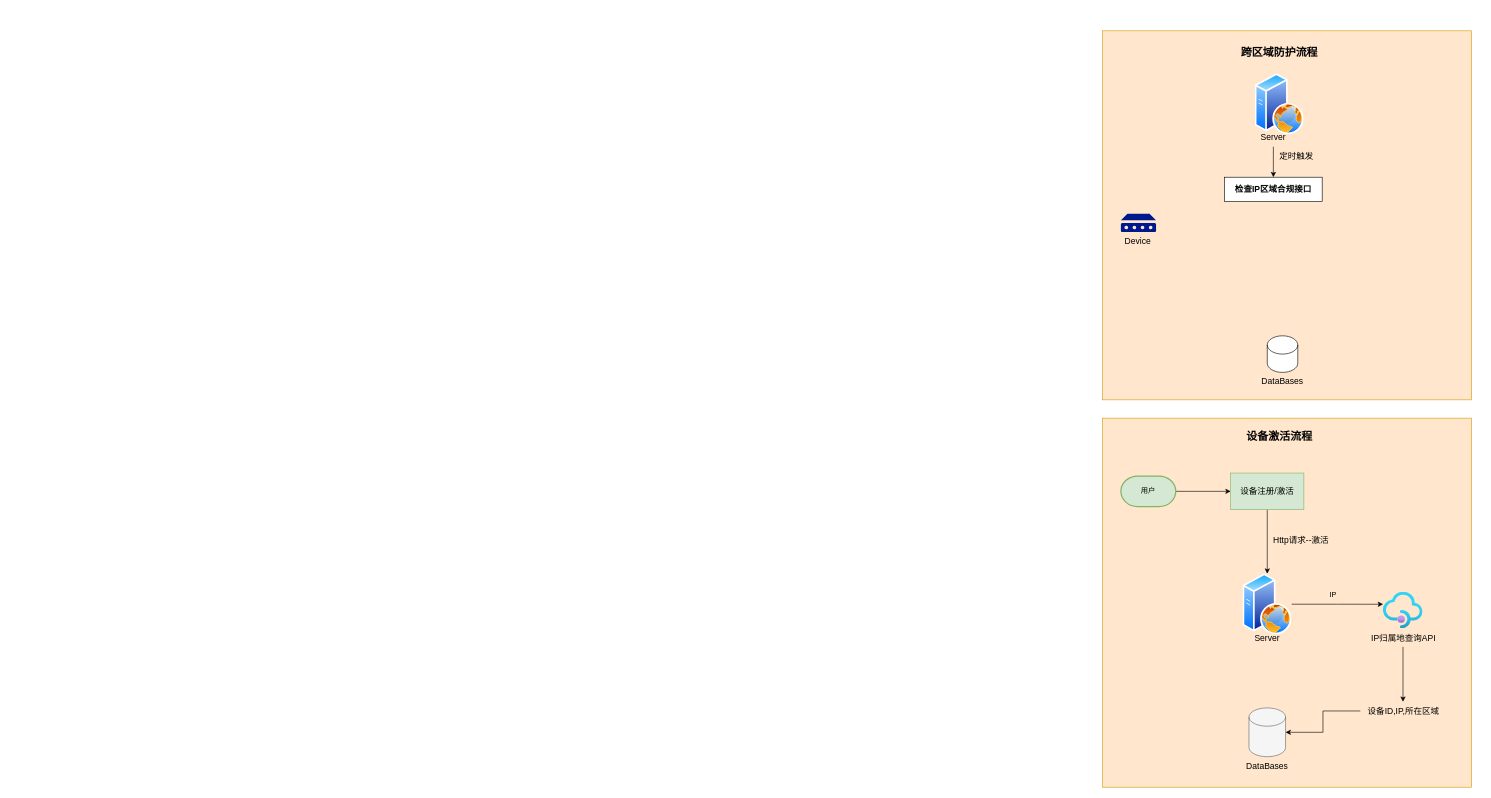
Earlier version of the draw.io diagram 设备跨区域防护流程.drawio (nikiok/honglou-datasets). Source tidied: cells renumbered, new cells numbered last; positions are measured from the earlier drawing's top-left corner, leaving out a move shared by most shapes. Both pictures are drawn from the tidied source at 61%, with x=0, y=0 at pixel (1102, 30).
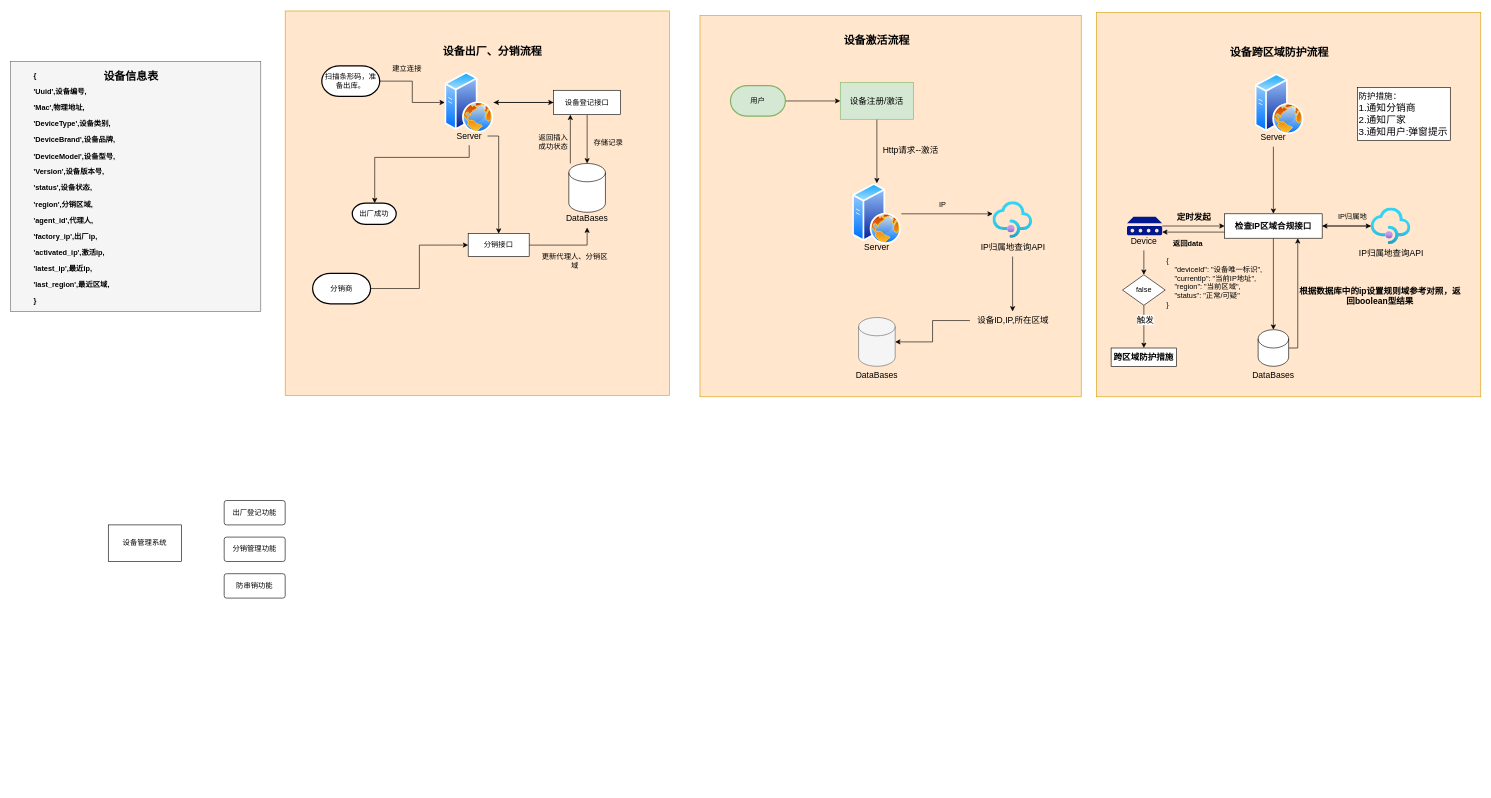
The same page after the edit.

Commit message:
更新设备跨区域防护流程.drawio

Change to the diagram source:
```diff
@@
+    <mxCell id="31" style="whiteSpace=wrap;html=1;fillColor=#f5f5f5;fontColor=#333333;strokeColor=#666666;" parent="1" vertex="1">
+      <mxGeometry x="-1790" y="50" width="410" height="410" as="geometry" />
+    </mxCell>
     <mxCell id="2" style="whiteSpace=wrap;html=1;fillColor=#ffe6cc;strokeColor=#d79b00;" parent="1" vertex="1">
-      <mxGeometry y="635" width="605" height="605" as="geometry" />
+      <mxGeometry x="-660" y="-25" width="625" height="625" as="geometry" />
     </mxCell>
@@
     <mxCell id="4" value="&lt;font style=&quot;font-size: 14px;&quot;&gt;设备注册/激活&lt;/font&gt;" style="rounded=0;whiteSpace=wrap;html=1;fillColor=#d5e8d4;strokeColor=#82b366;" parent="1" vertex="1">
-      <mxGeometry x="210" y="725" width="120" height="60" as="geometry" />
+      <mxGeometry x="-430" y="85" width="120" height="60" as="geometry" />
     </mxCell>
@@
     <mxCell id="6" value="用户" style="strokeWidth=2;html=1;shape=mxgraph.flowchart.terminator;whiteSpace=wrap;fillColor=#d5e8d4;strokeColor=#82b366;" parent="1" vertex="1">
-      <mxGeometry x="30" y="730" width="90" height="50" as="geometry" />
+      <mxGeometry x="-610" y="90" width="90" height="50" as="geometry" />
     </mxCell>
     <mxCell id="7" style="image;perimeter=ellipsePerimeter;html=1;align=center;shadow=0;dashed=0;spacingTop=3;image=img/lib/active_directory/web_server.svg;" parent="1" vertex="1">
-      <mxGeometry x="230" y="890" width="80" height="100" as="geometry" />
+      <mxGeometry x="-410" y="250" width="80" height="100" as="geometry" />
     </mxCell>
     <mxCell id="8" value="&lt;font style=&quot;font-size: 14px;&quot;&gt;Server&lt;/font&gt;" style="text;html=1;align=center;verticalAlign=middle;whiteSpace=wrap;rounded=0;" parent="1" vertex="1">
-      <mxGeometry x="240" y="980" width="60" height="30" as="geometry" />
+      <mxGeometry x="-400" y="340" width="60" height="30" as="geometry" />
     </mxCell>
     <mxCell id="9" value="&lt;font style=&quot;font-size: 14px;&quot;&gt;Http请求--激活&lt;/font&gt;" style="text;html=1;align=center;verticalAlign=middle;strokeColor=none;fillColor=none;" parent="1" vertex="1">
-      <mxGeometry x="270" y="820" width="110" height="30" as="geometry" />
+      <mxGeometry x="-370" y="180" width="110" height="30" as="geometry" />
     </mxCell>
     <mxCell id="10" style="shape=cylinder3;whiteSpace=wrap;html=1;boundedLbl=1;backgroundOutline=1;size=15;fillColor=#f5f5f5;fontColor=#333333;strokeColor=#666666;" parent="1" vertex="1">
-      <mxGeometry x="240" y="1110" width="60" height="80" as="geometry" />
+      <mxGeometry x="-400" y="470" width="60" height="80" as="geometry" />
     </mxCell>
     <mxCell id="11" value="&lt;font style=&quot;font-size: 14px;&quot;&gt;DataBases&lt;/font&gt;" style="text;html=1;align=center;verticalAlign=middle;whiteSpace=wrap;rounded=0;" parent="1" vertex="1">
-      <mxGeometry x="240" y="1190" width="60" height="30" as="geometry" />
+      <mxGeometry x="-400" y="550" width="60" height="30" as="geometry" />
     </mxCell>
     <mxCell id="12" value="&lt;font style=&quot;font-size: 14px;&quot;&gt;设备ID,IP,所在区域&lt;/font&gt;" style="text;html=1;align=center;verticalAlign=middle;points=[];strokeColor=none;fillColor=none;" parent="1" vertex="1">
-      <mxGeometry x="422.5" y="1100" width="140" height="30" as="geometry" />
+      <mxGeometry x="-217.5" y="460" width="140" height="30" as="geometry" />
     </mxCell>
     <mxCell id="13" style="image;html=1;points=[];align=center;fontSize=12;image=img/lib/azure2/app_services/API_Management_Services.svg;" parent="1" vertex="1">
-      <mxGeometry x="460" y="920" width="65" height="60" as="geometry" />
+      <mxGeometry x="-180" y="280" width="65" height="60" as="geometry" />
     </mxCell>
@@
     <mxCell id="15" value="&lt;font style=&quot;font-size: 14px;&quot;&gt;IP归属地查询API&lt;/font&gt;" style="text;html=1;align=center;verticalAlign=middle;points=[];strokeColor=none;fillColor=none;" parent="1" vertex="1">
-      <mxGeometry x="427.5" y="980" width="130" height="30" as="geometry" />
+      <mxGeometry x="-212.5" y="340" width="130" height="30" as="geometry" />
     </mxCell>
@@
     <mxCell id="18" value="IP" style="text;html=1;align=center;verticalAlign=middle;whiteSpace=wrap;rounded=0;" parent="1" vertex="1">
-      <mxGeometry x="347.5" y="910" width="60" height="30" as="geometry" />
+      <mxGeometry x="-292.5" y="270" width="60" height="30" as="geometry" />
     </mxCell>
     <mxCell id="19" value="&lt;font face=&quot;Georgia&quot; style=&quot;font-size: 18px;&quot;&gt;&lt;b&gt;设备激活流程&lt;/b&gt;&lt;/font&gt;" style="text;html=1;align=center;verticalAlign=middle;whiteSpace=wrap;rounded=0;" parent="1" vertex="1">
-      <mxGeometry x="190" y="650" width="200" height="30" as="geometry" />
+      <mxGeometry x="-470" width="200" height="30" as="geometry" />
     </mxCell>
     <mxCell id="20" style="whiteSpace=wrap;html=1;fillColor=#ffe6cc;strokeColor=#d79b00;" parent="1" vertex="1">
-      <mxGeometry width="605" height="605" as="geometry" />
+      <mxGeometry x="-10" y="-30" width="630" height="630" as="geometry" />
     </mxCell>
-    <mxCell id="21" value="&lt;font face=&quot;Georgia&quot;&gt;&lt;span style=&quot;font-size: 18px;&quot;&gt;&lt;b&gt;跨区域防护流程&lt;/b&gt;&lt;/span&gt;&lt;/font&gt;" style="text;html=1;align=center;verticalAlign=middle;whiteSpace=wrap;rounded=0;" parent="1" vertex="1">
+    <mxCell id="21" value="&lt;font face=&quot;Georgia&quot;&gt;&lt;span style=&quot;font-size: 18px;&quot;&gt;&lt;b&gt;设备跨区域防护流程&lt;/b&gt;&lt;/span&gt;&lt;/font&gt;" style="text;html=1;align=center;verticalAlign=middle;whiteSpace=wrap;rounded=0;" parent="1" vertex="1">
       <mxGeometry x="190" y="20" width="200" height="30" as="geometry" />
     </mxCell>
@@
+    <mxCell id="32" style="edgeStyle=orthogonalEdgeStyle;rounded=0;jettySize=auto;html=1;" parent="1" edge="1" source="25" target="28">
+      <mxGeometry relative="1" as="geometry" />
+    </mxCell>
+    <mxCell id="33" style="edgeStyle=orthogonalEdgeStyle;rounded=0;jettySize=auto;html=1;" parent="1" edge="1" source="25" target="46">
+      <mxGeometry relative="1" as="geometry" />
+    </mxCell>
     <mxCell id="25" value="&lt;font style=&quot;font-size: 14px;&quot;&gt;&lt;b&gt;检查IP区域合规接口&lt;/b&gt;&lt;/font&gt;" style="rounded=0;whiteSpace=wrap;html=1;" parent="1" vertex="1">
-      <mxGeometry x="200" y="240" width="160" height="40" as="geometry" />
+      <mxGeometry x="200" y="300" width="160" height="40" as="geometry" />
     </mxCell>
-    <mxCell id="26" value="&lt;font style=&quot;font-size: 14px;&quot;&gt;定时触发&lt;/font&gt;" style="text;html=1;align=center;verticalAlign=middle;whiteSpace=wrap;rounded=0;" parent="1" vertex="1">
-      <mxGeometry x="287.5" y="190" width="60" height="30" as="geometry" />
-    </mxCell>
+    <mxCell id="34" style="edgeStyle=orthogonalEdgeStyle;rounded=0;jettySize=auto;html=1;entryX=0;entryY=0.5;entryDx=0;entryDy=0;" parent="1" edge="1" source="27" target="25">
+      <mxGeometry relative="1" as="geometry" />
+    </mxCell>
     <mxCell id="27" style="sketch=0;shadow=0;dashed=0;html=1;strokeColor=none;labelPosition=center;verticalLabelPosition=bottom;verticalAlign=top;align=center;fillColor=#00188D;shape=mxgraph.mscae.enterprise.device;" parent="1" vertex="1">
-      <mxGeometry x="30" y="300" width="57.7" height="30" as="geometry" />
+      <mxGeometry x="40" y="305" width="57.7" height="30" as="geometry" />
     </mxCell>
+    <mxCell id="35" style="edgeStyle=orthogonalEdgeStyle;rounded=0;jettySize=auto;html=1;entryX=0.75;entryY=1;entryDx=0;entryDy=0;" parent="1" edge="1" source="28" target="25">
+      <mxGeometry relative="1" as="geometry">
+        <Array as="points">
+          <mxPoint x="320" y="520" />
+        </Array>
+      </mxGeometry>
+    </mxCell>
     <mxCell id="28" style="shape=cylinder3;whiteSpace=wrap;html=1;boundedLbl=1;backgroundOutline=1;size=15;" parent="1" vertex="1">
-      <mxGeometry x="270" y="500" width="50" height="60" as="geometry" />
+      <mxGeometry x="255" y="490" width="50" height="60" as="geometry" />
     </mxCell>
+    <mxCell id="36" style="edgeStyle=orthogonalEdgeStyle;rounded=0;jettySize=auto;html=1;" parent="1" edge="1" source="29" target="43">
+      <mxGeometry relative="1" as="geometry" />
+    </mxCell>
     <mxCell id="29" value="&lt;font style=&quot;font-size: 14px;&quot;&gt;Device&lt;/font&gt;" style="text;html=1;align=center;verticalAlign=middle;whiteSpace=wrap;rounded=0;" parent="1" vertex="1">
-      <mxGeometry x="27.7" y="330" width="60" height="30" as="geometry" />
+      <mxGeometry x="37.7" y="330" width="60" height="30" as="geometry" />
     </mxCell>
     <mxCell id="30" value="&lt;font style=&quot;font-size: 14px;&quot;&gt;DataBases&lt;/font&gt;" style="text;html=1;align=center;verticalAlign=middle;whiteSpace=wrap;rounded=0;" parent="1" vertex="1">
-      <mxGeometry x="265" y="560" width="60" height="30" as="geometry" />
+      <mxGeometry x="250" y="550" width="60" height="30" as="geometry" />
     </mxCell>
+    <mxCell id="37" value="&lt;font style=&quot;font-size: 14px;&quot;&gt;&lt;b&gt;定时发起&lt;/b&gt;&lt;/font&gt;" style="text;html=1;align=center;verticalAlign=middle;whiteSpace=wrap;rounded=0;" parent="1" vertex="1">
+      <mxGeometry x="120" y="290" width="60" height="30" as="geometry" />
+    </mxCell>
+    <mxCell id="38" value="&lt;font style=&quot;font-size: 14px;&quot;&gt;&lt;b&gt;根据数据库中的ip设置规则域参考对照，返回boolean型结果&lt;/b&gt;&lt;/font&gt;" style="text;html=1;align=center;verticalAlign=middle;whiteSpace=wrap;rounded=0;" parent="1" vertex="1">
+      <mxGeometry x="320" y="420" width="270" height="30" as="geometry" />
+    </mxCell>
+    <mxCell id="39" style="endArrow=classic;html=1;rounded=0;exitX=0;exitY=0.75;exitDx=0;exitDy=0;entryX=1;entryY=0;entryDx=0;entryDy=0;" parent="1" edge="1" source="25" target="29">
+      <mxGeometry relative="1" as="geometry" />
+    </mxCell>
+    <mxCell id="40" value="&lt;b&gt;返回data&lt;/b&gt;" style="text;html=1;align=center;verticalAlign=middle;whiteSpace=wrap;rounded=0;" parent="1" vertex="1">
+      <mxGeometry x="110" y="335" width="60" height="30" as="geometry" />
+    </mxCell>
+    <mxCell id="41" style="edgeStyle=orthogonalEdgeStyle;rounded=0;jettySize=auto;html=1;" parent="1" edge="1" source="43" target="44">
+      <mxGeometry relative="1" as="geometry" />
+    </mxCell>
+    <mxCell id="42" value="&lt;font style=&quot;font-size: 14px;&quot;&gt;触发&lt;/font&gt;" style="edgeLabel;html=1;align=center;verticalAlign=middle;" parent="41" vertex="1">
+      <mxGeometry x="-0.35" y="2" relative="1" as="geometry" />
+    </mxCell>
+    <mxCell id="43" value="false" style="rhombus;whiteSpace=wrap;html=1;" parent="1" vertex="1">
+      <mxGeometry x="32.7" y="400" width="70" height="50" as="geometry" />
+    </mxCell>
+    <mxCell id="44" value="&lt;font style=&quot;font-size: 14px;&quot;&gt;&lt;b&gt;跨区域防护措施&lt;/b&gt;&lt;/font&gt;" style="rounded=0;whiteSpace=wrap;html=1;" parent="1" vertex="1">
+      <mxGeometry x="14" y="520" width="107.3" height="30" as="geometry" />
+    </mxCell>
+    <mxCell id="45" style="edgeStyle=orthogonalEdgeStyle;rounded=0;jettySize=auto;html=1;" parent="1" edge="1" source="46" target="25">
+      <mxGeometry relative="1" as="geometry" />
+    </mxCell>
+    <mxCell id="46" style="image;html=1;points=[];align=center;fontSize=12;image=img/lib/azure2/app_services/API_Management_Services.svg;" parent="1" vertex="1">
+      <mxGeometry x="440" y="290" width="65" height="60" as="geometry" />
+    </mxCell>
+    <mxCell id="47" value="&lt;font style=&quot;font-size: 14px;&quot;&gt;IP归属地查询API&lt;/font&gt;" style="text;html=1;align=center;verticalAlign=middle;strokeColor=none;fillColor=none;" parent="1" vertex="1">
+      <mxGeometry x="407.5" y="350" width="130" height="30" as="geometry" />
+    </mxCell>
+    <mxCell id="48" value="IP归属地" style="text;html=1;align=center;verticalAlign=middle;whiteSpace=wrap;rounded=0;" parent="1" vertex="1">
+      <mxGeometry x="380" y="290" width="60" height="30" as="geometry" />
+    </mxCell>
+    <mxCell id="49" value="&lt;div&gt;&lt;br/&gt;&lt;/div&gt;" style="whiteSpace=wrap;html=1;fillColor=#ffe6cc;strokeColor=#d79b00;" parent="1" vertex="1">
+      <mxGeometry x="-1340" y="-32.5" width="630" height="630" as="geometry" />
+    </mxCell>
+    <mxCell id="50" value="&lt;font face=&quot;Georgia&quot;&gt;&lt;span style=&quot;font-size: 18px;&quot;&gt;&lt;b&gt;设备出厂、分销流程&lt;/b&gt;&lt;/span&gt;&lt;/font&gt;" style="text;html=1;align=center;verticalAlign=middle;whiteSpace=wrap;rounded=0;" parent="1" vertex="1">
+      <mxGeometry x="-1100" y="17.5" width="200" height="30" as="geometry" />
+    </mxCell>
+    <mxCell id="51" value="&lt;div style=&quot;&quot;&gt;&lt;span style=&quot;font-size: 12px;&quot;&gt;{&lt;/span&gt;&lt;/div&gt;&lt;div&gt;&lt;span style=&quot;font-size: 12px;&quot;&gt;&amp;nbsp; &amp;nbsp; &quot;deviceId&quot;: &quot;设备唯一标识&quot;,&lt;/span&gt;&lt;/div&gt;&lt;div&gt;&lt;span style=&quot;font-size: 12px;&quot;&gt;&amp;nbsp; &amp;nbsp; &quot;currentIp&quot;: &quot;当前IP地址&quot;,&lt;/span&gt;&lt;/div&gt;&lt;div&gt;&lt;span style=&quot;font-size: 12px;&quot;&gt;&amp;nbsp; &amp;nbsp; &quot;region&quot;: &quot;当前区域&quot;,&lt;/span&gt;&lt;/div&gt;&lt;div&gt;&lt;span style=&quot;font-size: 12px;&quot;&gt;&amp;nbsp; &amp;nbsp; &quot;status&quot;: &quot;正常/可疑&quot;&lt;/span&gt;&lt;/div&gt;&lt;div&gt;&lt;span style=&quot;font-size: 12px;&quot;&gt;}&lt;/span&gt;&lt;/div&gt;&lt;div&gt;&lt;br&gt;&lt;/div&gt;" style="text;html=1;align=left;verticalAlign=middle;whiteSpace=wrap;rounded=0;" parent="1" vertex="1">
+      <mxGeometry x="102.7" y="365" width="179" height="110" as="geometry" />
+    </mxCell>
+    <mxCell id="52" style="edgeStyle=orthogonalEdgeStyle;rounded=0;jettySize=auto;html=1;" parent="1" edge="1" source="53" target="55">
+      <mxGeometry relative="1" as="geometry" />
+    </mxCell>
+    <mxCell id="53" value="扫描条形码，准备出库。" style="strokeWidth=2;html=1;shape=mxgraph.flowchart.terminator;whiteSpace=wrap;" parent="1" vertex="1">
+      <mxGeometry x="-1280" y="57.5" width="95" height="50" as="geometry" />
+    </mxCell>
+    <mxCell id="54" style="edgeStyle=orthogonalEdgeStyle;rounded=0;jettySize=auto;html=1;entryX=0;entryY=0.5;entryDx=0;entryDy=0;" parent="1" edge="1" source="55" target="61">
+      <mxGeometry relative="1" as="geometry" />
+    </mxCell>
+    <mxCell id="55" style="image;perimeter=ellipsePerimeter;html=1;align=center;shadow=0;dashed=0;spacingTop=3;image=img/lib/active_directory/web_server.svg;" parent="1" vertex="1">
+      <mxGeometry x="-1078.3" y="67.5" width="80" height="100" as="geometry" />
+    </mxCell>
+    <mxCell id="56" style="edgeStyle=orthogonalEdgeStyle;rounded=0;jettySize=auto;html=1;" parent="1" edge="1" source="57" target="72">
+      <mxGeometry relative="1" as="geometry">
+        <Array as="points">
+          <mxPoint x="-990" y="172.5" />
+        </Array>
+      </mxGeometry>
+    </mxCell>
+    <mxCell id="57" value="&lt;font style=&quot;font-size: 14px;&quot;&gt;Server&lt;/font&gt;" style="text;html=1;align=center;verticalAlign=middle;whiteSpace=wrap;rounded=0;" parent="1" vertex="1">
+      <mxGeometry x="-1068.3" y="157.5" width="60" height="30" as="geometry" />
+    </mxCell>
+    <mxCell id="58" value="建立连接" style="text;html=1;align=center;verticalAlign=middle;whiteSpace=wrap;rounded=0;" parent="1" vertex="1">
+      <mxGeometry x="-1170" y="47.5" width="60" height="30" as="geometry" />
+    </mxCell>
+    <mxCell id="59" style="edgeStyle=orthogonalEdgeStyle;rounded=0;jettySize=auto;html=1;" parent="1" edge="1" source="61" target="63">
+      <mxGeometry relative="1" as="geometry" />
+    </mxCell>
+    <mxCell id="60" style="edgeStyle=orthogonalEdgeStyle;rounded=0;jettySize=auto;html=1;" parent="1" edge="1" source="61" target="55">
+      <mxGeometry relative="1" as="geometry" />
+    </mxCell>
+    <mxCell id="61" value="设备登记接口" style="rounded=0;whiteSpace=wrap;html=1;" parent="1" vertex="1">
+      <mxGeometry x="-900" y="97.5" width="110" height="40" as="geometry" />
+    </mxCell>
+    <mxCell id="62" style="edgeStyle=orthogonalEdgeStyle;rounded=0;jettySize=auto;html=1;entryX=0.25;entryY=1;entryDx=0;entryDy=0;" parent="1" edge="1" source="63" target="61">
+      <mxGeometry relative="1" as="geometry">
+        <Array as="points">
+          <mxPoint x="-872" y="177.5" />
+        </Array>
+      </mxGeometry>
+    </mxCell>
+    <mxCell id="63" style="shape=cylinder3;whiteSpace=wrap;html=1;boundedLbl=1;backgroundOutline=1;size=15;" parent="1" vertex="1">
+      <mxGeometry x="-875" y="217.5" width="60" height="80" as="geometry" />
+    </mxCell>
+    <mxCell id="64" value="&lt;font style=&quot;font-size: 14px;&quot;&gt;DataBases&lt;/font&gt;" style="text;html=1;align=center;verticalAlign=middle;whiteSpace=wrap;rounded=0;" parent="1" vertex="1">
+      <mxGeometry x="-875" y="292.5" width="60" height="30" as="geometry" />
+    </mxCell>
+    <mxCell id="65" value="存储记录" style="text;html=1;align=center;verticalAlign=middle;whiteSpace=wrap;rounded=0;" parent="1" vertex="1">
+      <mxGeometry x="-840" y="167.5" width="60" height="30" as="geometry" />
+    </mxCell>
+    <mxCell id="66" value="返回插入成功状态" style="text;html=1;align=center;verticalAlign=middle;whiteSpace=wrap;rounded=0;" parent="1" vertex="1">
+      <mxGeometry x="-930" y="167.5" width="60" height="30" as="geometry" />
+    </mxCell>
+    <mxCell id="67" style="edgeStyle=orthogonalEdgeStyle;rounded=0;jettySize=auto;html=1;entryX=0.233;entryY=0.5;entryDx=0;entryDy=0;entryPerimeter=0;" parent="1" edge="1" source="57" target="49">
+      <mxGeometry relative="1" as="geometry" />
+    </mxCell>
+    <mxCell id="68" value="出厂成功" style="strokeWidth=2;html=1;shape=mxgraph.flowchart.terminator;whiteSpace=wrap;" parent="1" vertex="1">
+      <mxGeometry x="-1230" y="282.5" width="72" height="35" as="geometry" />
+    </mxCell>
+    <mxCell id="69" value="&lt;font style=&quot;font-size: 14px;&quot;&gt;防护措施：&lt;/font&gt;&lt;div&gt;&lt;font size=&quot;3&quot;&gt;1.通知分销商&lt;/font&gt;&lt;/div&gt;&lt;div&gt;&lt;font size=&quot;3&quot;&gt;2.通知厂家&lt;/font&gt;&lt;/div&gt;&lt;div&gt;&lt;font size=&quot;3&quot;&gt;3.通知用户:弹窗提示&lt;/font&gt;&lt;/div&gt;" style="rounded=0;whiteSpace=wrap;html=1;align=left;" parent="1" vertex="1">
+      <mxGeometry x="418" y="93" width="152" height="87" as="geometry" />
+    </mxCell>
+    <mxCell id="70" value="&lt;p&gt;&lt;b&gt;{&lt;/b&gt;&lt;/p&gt;&lt;p&gt;&lt;b&gt;'Uuid',设备编号,&lt;br&gt;&lt;/b&gt;&lt;/p&gt;&lt;p&gt;&lt;b&gt;'Mac',物理地址,&lt;/b&gt;&lt;/p&gt;&lt;p&gt;&lt;b&gt;'DeviceType',设备类别, &lt;/b&gt;&lt;/p&gt;&lt;p&gt;&lt;b&gt;'DeviceBrand',设备品牌, &lt;/b&gt;&lt;/p&gt;&lt;p&gt;&lt;b&gt;'DeviceModel',设备型号, &lt;/b&gt;&lt;/p&gt;&lt;p&gt;&lt;b&gt;'Version',设备版本号, &lt;/b&gt;&lt;/p&gt;&lt;p&gt;&lt;b&gt;'status',设备状态, &lt;/b&gt;&lt;/p&gt;&lt;p&gt;&lt;b&gt;'region',分销区域, &lt;/b&gt;&lt;/p&gt;&lt;p&gt;&lt;b style=&quot;background-color: initial;&quot;&gt;'agent_id',代理人,&lt;/b&gt;&lt;br&gt;&lt;/p&gt;&lt;p&gt;&lt;b&gt;'factory_ip',出厂ip, &lt;/b&gt;&lt;/p&gt;&lt;p&gt;&lt;b&gt;'activated_ip',激活ip, &lt;/b&gt;&lt;/p&gt;&lt;p&gt;&lt;b&gt;'latest_ip',最近ip,&lt;/b&gt;&lt;/p&gt;&lt;p&gt;&lt;b&gt;'last_region',最近区域,&lt;/b&gt;&lt;/p&gt;&lt;p&gt;&lt;b&gt;}&lt;/b&gt;&lt;/p&gt;" style="text;html=1;align=left;verticalAlign=middle;whiteSpace=wrap;rounded=0;" parent="1" vertex="1">
+      <mxGeometry x="-1754" y="120" width="285" height="275" as="geometry" />
+    </mxCell>
+    <mxCell id="71" style="edgeStyle=orthogonalEdgeStyle;rounded=0;jettySize=auto;html=1;" parent="1" edge="1" source="72" target="64">
+      <mxGeometry relative="1" as="geometry" />
+    </mxCell>
+    <mxCell id="72" value="分销接口" style="rounded=0;whiteSpace=wrap;html=1;" parent="1" vertex="1">
+      <mxGeometry x="-1040" y="332.5" width="100" height="37.5" as="geometry" />
+    </mxCell>
+    <mxCell id="73" value="更新代理人、分销区域" style="text;html=1;align=center;verticalAlign=middle;whiteSpace=wrap;rounded=0;" parent="1" vertex="1">
+      <mxGeometry x="-920" y="362.5" width="110" height="30" as="geometry" />
+    </mxCell>
+    <mxCell id="74" style="edgeStyle=orthogonalEdgeStyle;rounded=0;jettySize=auto;html=1;entryX=0;entryY=0.5;entryDx=0;entryDy=0;" parent="1" edge="1" source="75" target="72">
+      <mxGeometry relative="1" as="geometry" />
+    </mxCell>
+    <mxCell id="75" value="分销商" style="strokeWidth=2;html=1;shape=mxgraph.flowchart.terminator;whiteSpace=wrap;" parent="1" vertex="1">
+      <mxGeometry x="-1295" y="397.5" width="95" height="50" as="geometry" />
+    </mxCell>
+    <mxCell id="76" value="&lt;h2&gt;设备信息表&lt;/h2&gt;" style="text;html=1;align=center;verticalAlign=middle;whiteSpace=wrap;rounded=0;" parent="1" vertex="1">
+      <mxGeometry x="-1640" y="60" width="95" height="30" as="geometry" />
+    </mxCell>
+    <mxCell id="77" value="设备管理系统" style="rounded=0;whiteSpace=wrap;html=1;" parent="1" vertex="1">
+      <mxGeometry x="-1630" y="810" width="120" height="60" as="geometry" />
+    </mxCell>
+    <mxCell id="78" value="出厂登记功能" style="rounded=1;arcSize=10;whiteSpace=wrap;html=1;align=center;" parent="1" vertex="1">
+      <mxGeometry x="-1440" y="770" width="100" height="40" as="geometry" />
+    </mxCell>
+    <mxCell id="79" value="分销管理功能" style="rounded=1;arcSize=10;whiteSpace=wrap;html=1;align=center;" parent="1" vertex="1">
+      <mxGeometry x="-1440" y="830" width="100" height="40" as="geometry" />
+    </mxCell>
+    <mxCell id="80" value="防串销功能" style="rounded=1;arcSize=10;whiteSpace=wrap;html=1;align=center;" parent="1" vertex="1">
+      <mxGeometry x="-1440" y="890" width="100" height="40" as="geometry" />
+    </mxCell>
```
